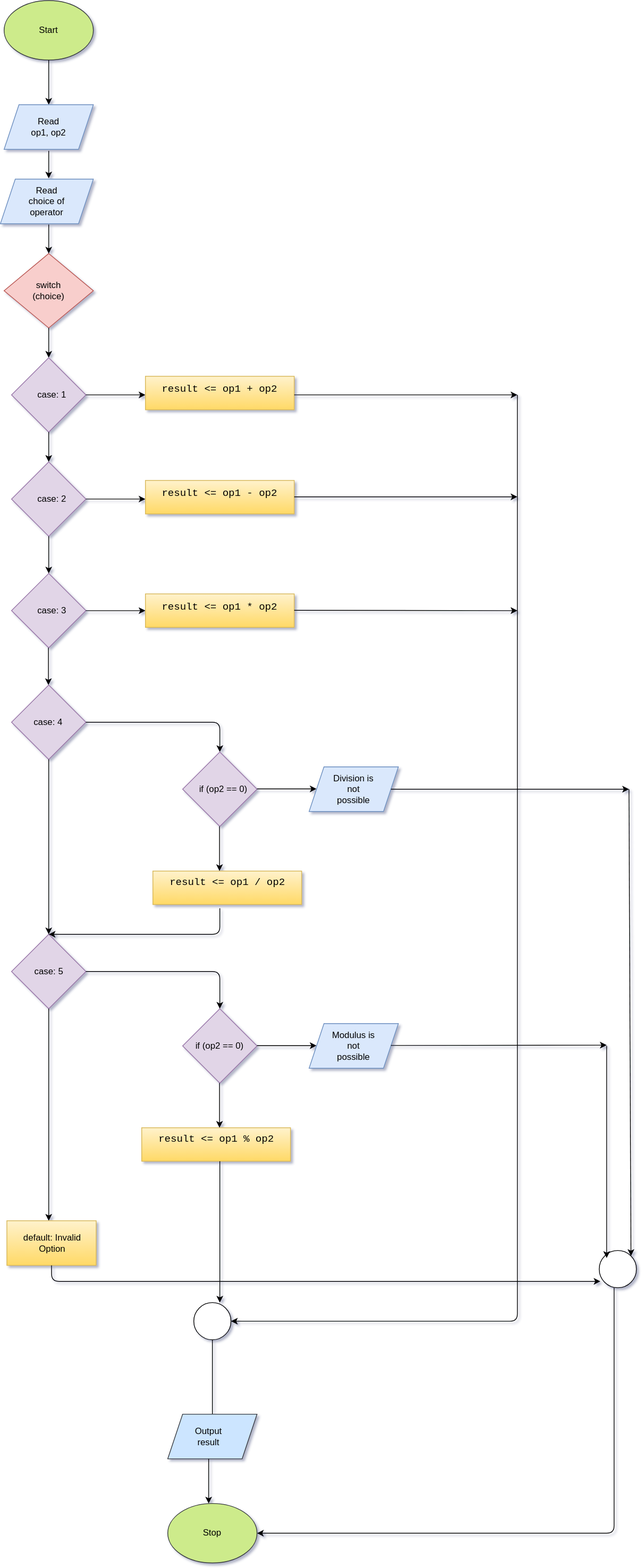
anishshobithpscollege/labs keeps this draw.io diagram as 1styear/lab sessions/2nd expirement/flowchart.svg. Above is the earlier version. Source tidied: cells renumbered, new cells last; positions are measured from the earlier drawing's top-left corner, leaving out a move shared by most shapes.
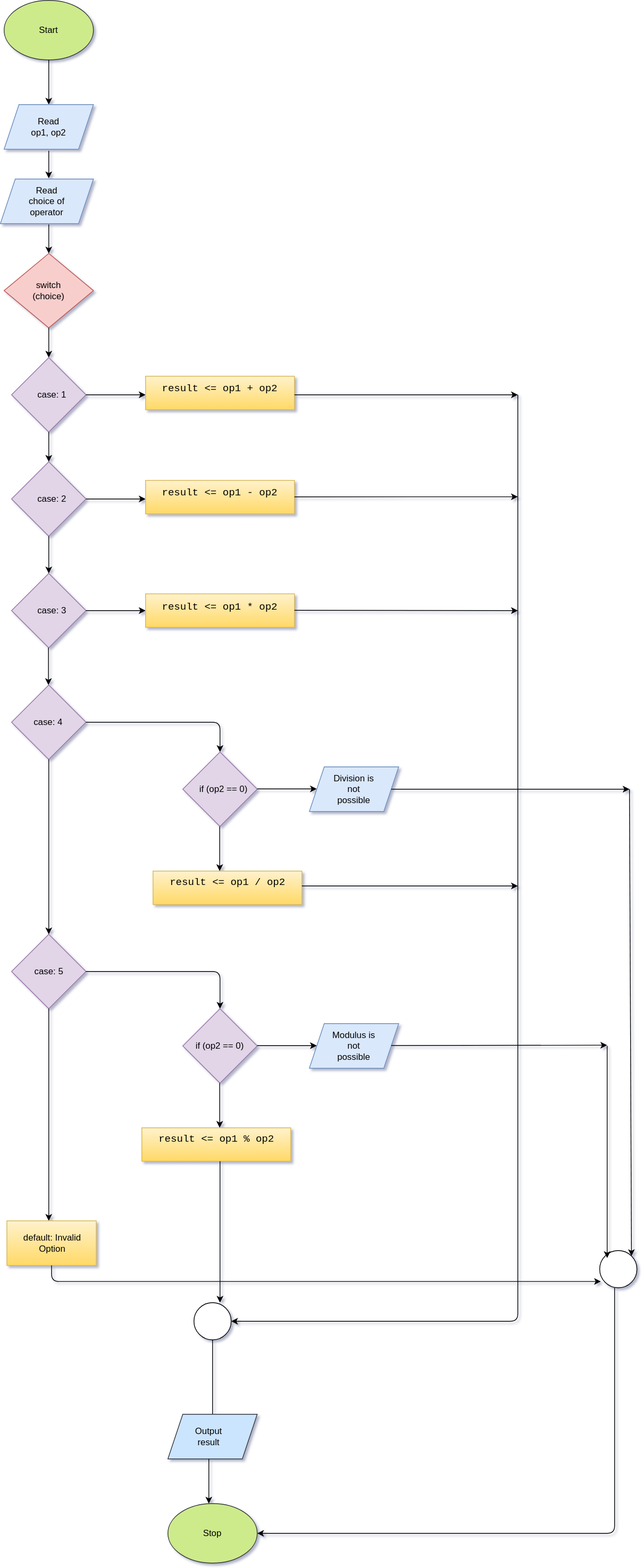
Above is the later version.

Commit message:
flowchart: fix mistake

What changed in the source:
```diff
@@ -225,15 +225,6 @@
     <mxCell id="58" value="case: 5" style="text;html=1;strokeColor=none;fillColor=none;align=center;verticalAlign=middle;whiteSpace=wrap;rounded=0;" parent="1" vertex="1">
       <mxGeometry x="43.8" y="1290" width="42.5" height="30" as="geometry" />
     </mxCell>
-    <mxCell id="59" style="edgeStyle=segmentEdgeStyle;endArrow=classic;html=1;" parent="1" edge="1">
-      <mxGeometry relative="1" as="geometry">
-        <mxPoint x="295" y="1220" as="sourcePoint" />
-        <mxPoint x="65" y="1255" as="targetPoint" />
-        <Array as="points">
-          <mxPoint x="295" y="1255" />
-        </Array>
-      </mxGeometry>
-    </mxCell>
     <mxCell id="60" style="edgeStyle=segmentEdgeStyle;endArrow=classic;html=1;entryX=0.5;entryY=0;entryDx=0;entryDy=0;" parent="1" edge="1" target="51">
       <mxGeometry relative="1" as="geometry">
         <mxPoint x="115" y="1305" as="sourcePoint" />
@@ -321,5 +312,11 @@
         </Array>
       </mxGeometry>
     </mxCell>
+    <mxCell id="78" style="endArrow=classic;html=1;" parent="1" edge="1">
+      <mxGeometry relative="1" as="geometry">
+        <mxPoint x="405" y="1190" as="sourcePoint" />
+        <mxPoint x="695" y="1190" as="targetPoint" />
+      </mxGeometry>
+    </mxCell>
   </root>
 </mxGraphModel>
```
